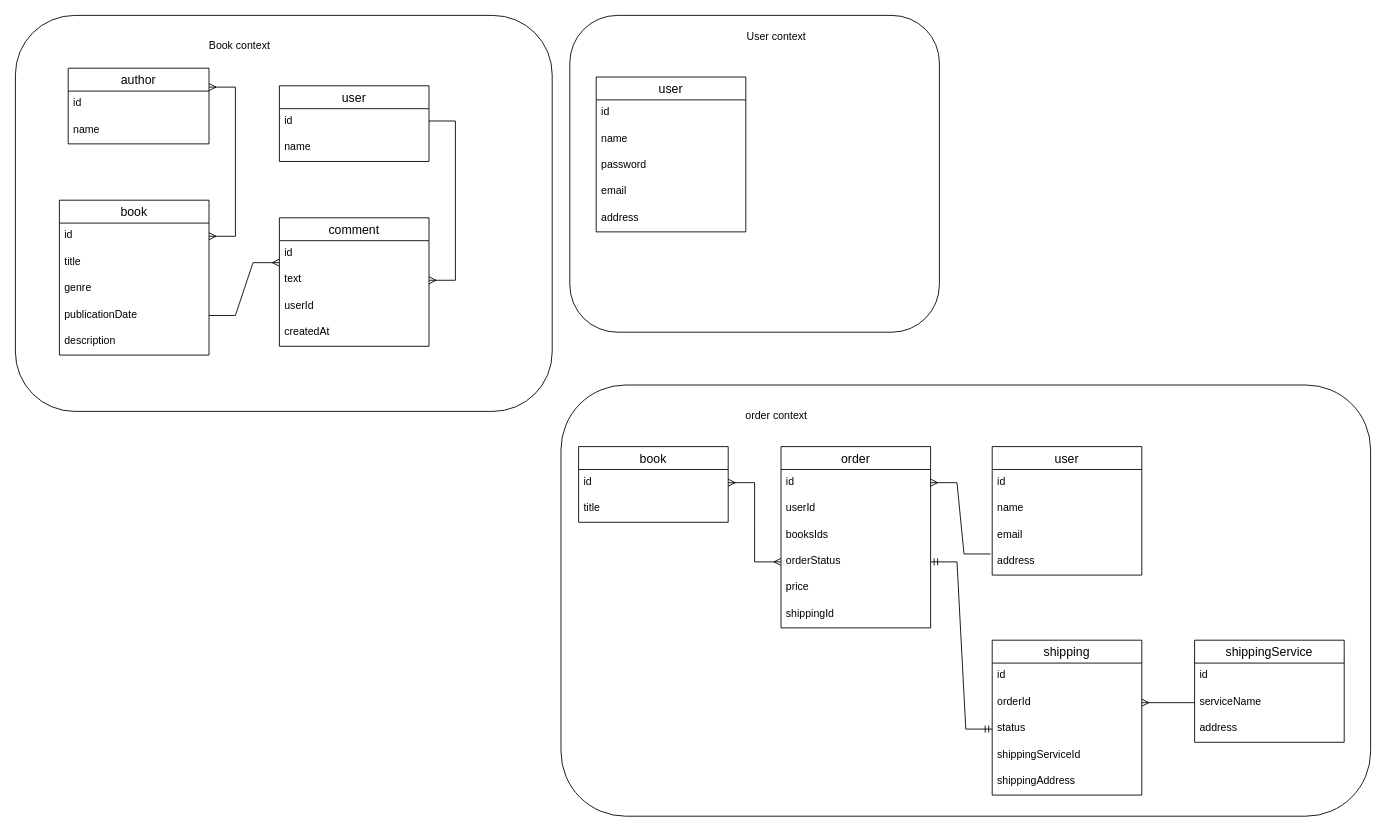
This is hw1/domain-model.drawio from 4thwithme/ms_course, a draw.io file, before an edit. Source tidied: cells renumbered, new cells numbered last; positions are measured from the earlier drawing's top-left corner, leaving out a move shared by most shapes. Both pictures are drawn from the tidied source at 88%, with x=0, y=0 at pixel (15, 15).
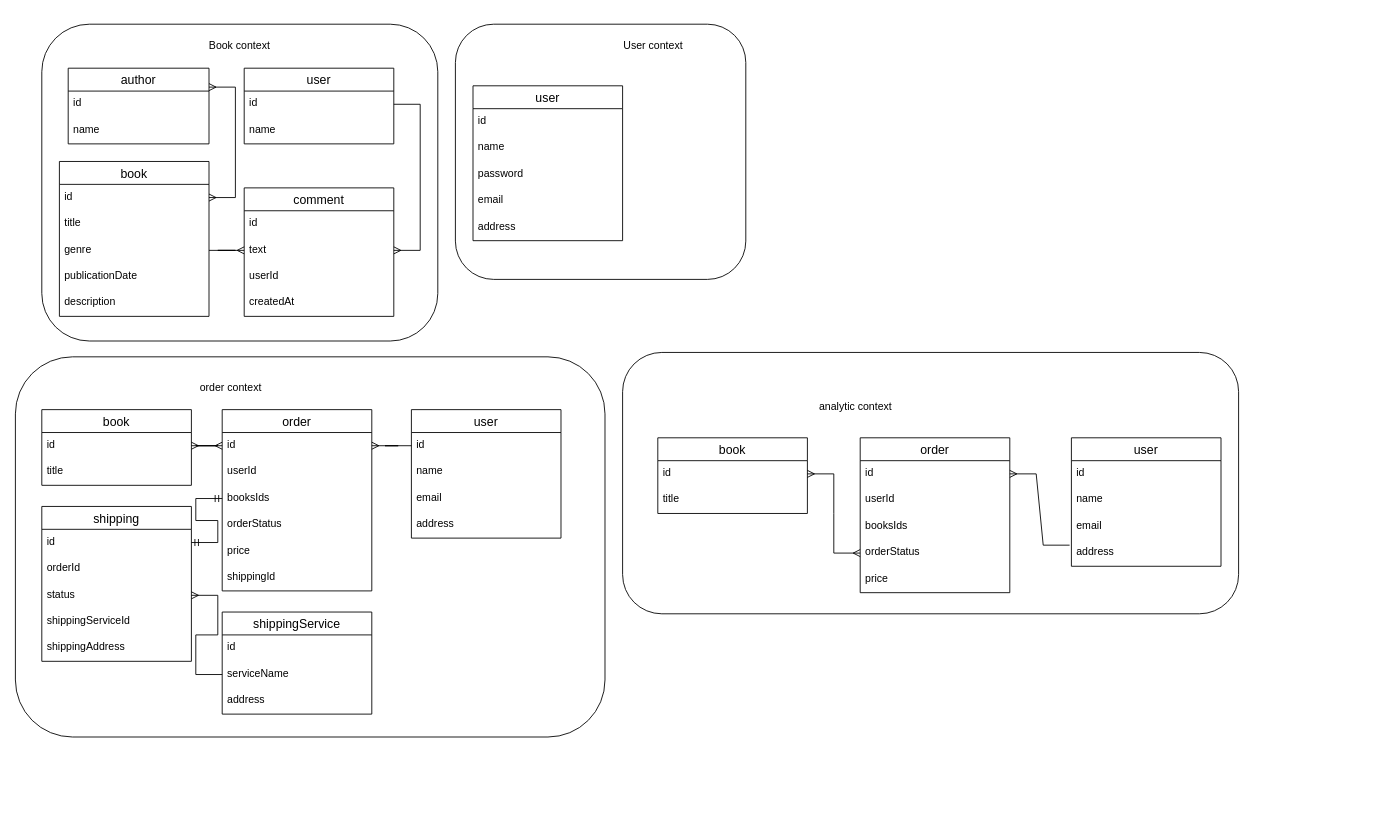
Above is the later version.

The change refers to these unchanged cells:
```xml
<mxCell id="8" value="genre" style="text;strokeColor=none;fillColor=none;spacingLeft=4;spacingRight=4;overflow=hidden;points=[[0,0.5],[1,0.5]];portConstraint=eastwest;fontSize=12;" parent="5" vertex="1">
  <mxGeometry y="86" width="170" height="30" as="geometry" />
</mxCell>
<mxCell id="9" value="publicationDate" style="text;strokeColor=none;fillColor=none;spacingLeft=4;spacingRight=4;overflow=hidden;points=[[0,0.5],[1,0.5]];portConstraint=eastwest;fontSize=12;" parent="5" vertex="1">
  <mxGeometry y="116" width="170" height="30" as="geometry" />
</mxCell>
<mxCell id="14" value="id" style="text;strokeColor=none;fillColor=none;spacingLeft=4;spacingRight=4;overflow=hidden;points=[[0,0.5],[1,0.5]];portConstraint=eastwest;fontSize=12;" parent="13" vertex="1">
  <mxGeometry y="26" width="170" height="30" as="geometry" />
</mxCell>
<mxCell id="17" value="address" style="text;strokeColor=none;fillColor=none;spacingLeft=4;spacingRight=4;overflow=hidden;points=[[0,0.5],[1,0.5]];portConstraint=eastwest;fontSize=12;" parent="13" vertex="1">
  <mxGeometry y="116" width="170" height="30" as="geometry" />
</mxCell>
<mxCell id="19" value="id" style="text;strokeColor=none;fillColor=none;spacingLeft=4;spacingRight=4;overflow=hidden;points=[[0,0.5],[1,0.5]];portConstraint=eastwest;fontSize=12;" parent="18" vertex="1">
  <mxGeometry y="26" width="170" height="30" as="geometry" />
</mxCell>
<mxCell id="21" value="booksIds" style="text;strokeColor=none;fillColor=none;spacingLeft=4;spacingRight=4;overflow=hidden;points=[[0,0.5],[1,0.5]];portConstraint=eastwest;fontSize=12;" parent="18" vertex="1">
  <mxGeometry y="86" width="170" height="30" as="geometry" />
</mxCell>
<mxCell id="22" value="orderStatus" style="text;strokeColor=none;fillColor=none;spacingLeft=4;spacingRight=4;overflow=hidden;points=[[0,0.5],[1,0.5]];portConstraint=eastwest;fontSize=12;" parent="18" vertex="1">
  <mxGeometry y="116" width="170" height="30" as="geometry" />
</mxCell>
<mxCell id="27" value="id" style="text;strokeColor=none;fillColor=none;spacingLeft=4;spacingRight=4;overflow=hidden;points=[[0,0.5],[1,0.5]];portConstraint=eastwest;fontSize=12;" parent="26" vertex="1">
  <mxGeometry y="26" width="170" height="30" as="geometry" />
</mxCell>
<mxCell id="28" value="orderId" style="text;strokeColor=none;fillColor=none;spacingLeft=4;spacingRight=4;overflow=hidden;points=[[0,0.5],[1,0.5]];portConstraint=eastwest;fontSize=12;" parent="26" vertex="1">
  <mxGeometry y="56" width="170" height="30" as="geometry" />
</mxCell>
<mxCell id="29" value="status" style="text;strokeColor=none;fillColor=none;spacingLeft=4;spacingRight=4;overflow=hidden;points=[[0,0.5],[1,0.5]];portConstraint=eastwest;fontSize=12;" parent="26" vertex="1">
  <mxGeometry y="86" width="170" height="30" as="geometry" />
</mxCell>
<mxCell id="35" value="serviceName" style="text;strokeColor=none;fillColor=none;spacingLeft=4;spacingRight=4;overflow=hidden;points=[[0,0.5],[1,0.5]];portConstraint=eastwest;fontSize=12;" parent="33" vertex="1">
  <mxGeometry y="56" width="170" height="30" as="geometry" />
</mxCell>
<mxCell id="43" value="text" style="text;strokeColor=none;fillColor=none;spacingLeft=4;spacingRight=4;overflow=hidden;points=[[0,0.5],[1,0.5]];portConstraint=eastwest;fontSize=12;" parent="41" vertex="1">
  <mxGeometry y="56" width="170" height="30" as="geometry" />
</mxCell>
<mxCell id="47" value="id" style="text;strokeColor=none;fillColor=none;spacingLeft=4;spacingRight=4;overflow=hidden;points=[[0,0.5],[1,0.5]];portConstraint=eastwest;fontSize=12;" parent="46" vertex="1">
  <mxGeometry y="26" width="170" height="30" as="geometry" />
</mxCell>
<mxCell id="57" value="id" style="text;strokeColor=none;fillColor=none;spacingLeft=4;spacingRight=4;overflow=hidden;points=[[0,0.5],[1,0.5]];portConstraint=eastwest;fontSize=12;" parent="56" vertex="1">
  <mxGeometry y="26" width="170" height="30" as="geometry" />
</mxCell>
```

What changed in the source:
```diff
@@
     <mxCell id="5" value="book" style="swimlane;fontStyle=0;horizontal=1;startSize=26;align=center;fontSize=14;" parent="1" vertex="1">
-      <mxGeometry x="50" y="210" width="170" height="176" as="geometry" />
+      <mxGeometry x="50" y="166" width="170" height="176" as="geometry" />
     </mxCell>
@@
-    <mxCell id="12" style="edgeStyle=entityRelationEdgeStyle;fontSize=12;html=1;endArrow=ERmany;rounded=0;exitX=1;exitY=0.5;exitDx=0;exitDy=0;entryX=0;entryY=0.5;entryDx=0;entryDy=0;" parent="1" edge="1" source="9">
-      <mxGeometry relative="1" as="geometry">
-        <mxPoint x="300" y="281" as="targetPoint" />
-      </mxGeometry>
+    <mxCell id="12" style="edgeStyle=entityRelationEdgeStyle;fontSize=12;html=1;endArrow=ERmany;rounded=0;exitX=1;exitY=0.5;exitDx=0;exitDy=0;entryX=0;entryY=0.5;entryDx=0;entryDy=0;" parent="1" edge="1" source="8" target="43">
+      <mxGeometry relative="1" as="geometry" />
     </mxCell>
     <mxCell id="13" value="user" style="swimlane;fontStyle=0;horizontal=1;startSize=26;align=center;fontSize=14;" parent="1" vertex="1">
-      <mxGeometry x="1110" y="490" width="170" height="146" as="geometry" />
+      <mxGeometry x="450" y="448" width="170" height="146" as="geometry" />
     </mxCell>
@@
     <mxCell id="18" value="order" style="swimlane;fontStyle=0;horizontal=1;startSize=26;align=center;fontSize=14;" parent="1" vertex="1">
-      <mxGeometry x="870" y="490" width="170" height="206" as="geometry" />
+      <mxGeometry x="235" y="448" width="170" height="206" as="geometry" />
     </mxCell>
@@
-    <mxCell id="25" style="edgeStyle=entityRelationEdgeStyle;fontSize=12;html=1;endArrow=ERmany;rounded=0;exitX=-0.012;exitY=0.2;exitDx=0;exitDy=0;entryX=1;entryY=0.5;entryDx=0;entryDy=0;exitPerimeter=0;" parent="1" edge="1" source="17" target="19">
+    <mxCell id="25" style="edgeStyle=entityRelationEdgeStyle;fontSize=12;html=1;endArrow=ERmany;rounded=0;entryX=1;entryY=0.5;entryDx=0;entryDy=0;exitX=0;exitY=0.5;exitDx=0;exitDy=0;" parent="1" edge="1" source="14" target="19">
       <mxGeometry relative="1" as="geometry" />
     </mxCell>
     <mxCell id="26" value="shipping" style="swimlane;fontStyle=0;horizontal=1;startSize=26;align=center;fontSize=14;" parent="1" vertex="1">
-      <mxGeometry x="1110" y="710" width="170" height="176" as="geometry" />
+      <mxGeometry x="30" y="558" width="170" height="176" as="geometry" />
     </mxCell>
@@
-    <mxCell id="32" style="edgeStyle=entityRelationEdgeStyle;fontSize=12;html=1;endArrow=ERmandOne;startArrow=ERmandOne;rounded=0;entryX=0;entryY=0.5;entryDx=0;entryDy=0;exitX=1;exitY=0.5;exitDx=0;exitDy=0;" parent="1" edge="1" source="22" target="29">
+    <mxCell id="32" style="edgeStyle=entityRelationEdgeStyle;fontSize=12;html=1;endArrow=ERmandOne;startArrow=ERmandOne;rounded=0;entryX=1;entryY=0.5;entryDx=0;entryDy=0;" parent="1" edge="1" source="21" target="27">
       <mxGeometry relative="1" as="geometry" />
     </mxCell>
     <mxCell id="33" value="shippingService" style="swimlane;fontStyle=0;horizontal=1;startSize=26;align=center;fontSize=14;" parent="1" vertex="1">
-      <mxGeometry x="1340" y="710" width="170" height="116" as="geometry" />
+      <mxGeometry x="235" y="678" width="170" height="116" as="geometry" />
     </mxCell>
@@
-    <mxCell id="37" style="edgeStyle=entityRelationEdgeStyle;fontSize=12;html=1;endArrow=ERmany;rounded=0;entryX=1;entryY=0.5;entryDx=0;entryDy=0;exitX=0;exitY=0.5;exitDx=0;exitDy=0;" parent="1" edge="1" source="35" target="28">
+    <mxCell id="37" style="edgeStyle=entityRelationEdgeStyle;fontSize=12;html=1;endArrow=ERmany;rounded=0;exitX=0;exitY=0.5;exitDx=0;exitDy=0;entryX=1;entryY=0.5;entryDx=0;entryDy=0;" parent="1" edge="1" source="35" target="29">
       <mxGeometry relative="1" as="geometry" />
     </mxCell>
@@
     <mxCell id="39" value="User context" style="text;html=1;strokeColor=none;fillColor=none;align=center;verticalAlign=middle;whiteSpace=wrap;rounded=0;" parent="1" vertex="1">
-      <mxGeometry x="800" y="10" width="130" height="30" as="geometry" />
+      <mxGeometry x="660" y="20" width="130" height="30" as="geometry" />
     </mxCell>
     <mxCell id="40" value="order context" style="text;html=1;strokeColor=none;fillColor=none;align=center;verticalAlign=middle;whiteSpace=wrap;rounded=0;" parent="1" vertex="1">
-      <mxGeometry x="800" y="440" width="130" height="30" as="geometry" />
+      <mxGeometry x="180" y="408" width="130" height="30" as="geometry" />
     </mxCell>
     <mxCell id="41" value="comment" style="swimlane;fontStyle=0;horizontal=1;startSize=26;align=center;fontSize=14;" parent="1" vertex="1">
-      <mxGeometry x="300" y="230" width="170" height="146" as="geometry" />
+      <mxGeometry x="260" y="196" width="170" height="146" as="geometry" />
     </mxCell>
@@
     <mxCell id="46" value="user" style="swimlane;fontStyle=0;horizontal=1;startSize=26;align=center;fontSize=14;" parent="1" vertex="1">
-      <mxGeometry x="300" y="80" width="170" height="86" as="geometry" />
+      <mxGeometry x="260" y="60" width="170" height="86" as="geometry" />
     </mxCell>
@@
-    <mxCell id="49" style="edgeStyle=entityRelationEdgeStyle;fontSize=12;html=1;endArrow=ERmany;rounded=0;entryX=1;entryY=0.5;entryDx=0;entryDy=0;" parent="1" edge="1" target="43">
-      <mxGeometry relative="1" as="geometry">
-        <mxPoint x="470" y="120" as="sourcePoint" />
-      </mxGeometry>
+    <mxCell id="49" style="edgeStyle=entityRelationEdgeStyle;fontSize=12;html=1;endArrow=ERmany;rounded=0;entryX=1;entryY=0.5;entryDx=0;entryDy=0;exitX=1;exitY=0.5;exitDx=0;exitDy=0;" parent="1" edge="1" source="47" target="43">
+      <mxGeometry relative="1" as="geometry" />
     </mxCell>
     <mxCell id="50" value="user" style="swimlane;fontStyle=0;horizontal=1;startSize=26;align=center;fontSize=14;" parent="1" vertex="1">
-      <mxGeometry x="660" y="70" width="170" height="176" as="geometry" />
+      <mxGeometry x="520" y="80" width="170" height="176" as="geometry" />
     </mxCell>
@@
     <mxCell id="56" value="book" style="swimlane;fontStyle=0;horizontal=1;startSize=26;align=center;fontSize=14;" parent="1" vertex="1">
-      <mxGeometry x="640" y="490" width="170" height="86" as="geometry" />
+      <mxGeometry x="30" y="448" width="170" height="86" as="geometry" />
     </mxCell>
@@
-    <mxCell id="59" style="edgeStyle=entityRelationEdgeStyle;fontSize=12;html=1;endArrow=ERmany;startArrow=ERmany;rounded=0;entryX=0;entryY=0.5;entryDx=0;entryDy=0;" parent="1" edge="1" source="57" target="22">
+    <mxCell id="59" style="edgeStyle=entityRelationEdgeStyle;fontSize=12;html=1;endArrow=ERmany;startArrow=ERmany;rounded=0;entryX=0;entryY=0.5;entryDx=0;entryDy=0;" parent="1" edge="1" source="57" target="19">
       <mxGeometry relative="1" as="geometry" />
     </mxCell>
     <mxCell id="60" style="rounded=1;whiteSpace=wrap;html=1;fillColor=none;" parent="1" vertex="1">
-      <mxGeometry width="610" height="450" as="geometry" />
+      <mxGeometry x="500" y="10" width="330" height="290" as="geometry" />
     </mxCell>
     <mxCell id="61" style="rounded=1;whiteSpace=wrap;html=1;fillColor=none;" parent="1" vertex="1">
-      <mxGeometry x="630" width="420" height="360" as="geometry" />
+      <mxGeometry x="30" y="10" width="450" height="360" as="geometry" />
     </mxCell>
     <mxCell id="62" style="rounded=1;whiteSpace=wrap;html=1;fillColor=none;" parent="1" vertex="1">
-      <mxGeometry x="620" y="420" width="920" height="490" as="geometry" />
+      <mxGeometry y="388" width="670" height="432" as="geometry" />
     </mxCell>
+    <mxCell id="63" value="user" style="swimlane;fontStyle=0;horizontal=1;startSize=26;align=center;fontSize=14;" parent="1" vertex="1">
+      <mxGeometry x="1200" y="480" width="170" height="146" as="geometry" />
+    </mxCell>
+    <mxCell id="64" value="id" style="text;strokeColor=none;fillColor=none;spacingLeft=4;spacingRight=4;overflow=hidden;fontSize=12;" parent="63" vertex="1">
+      <mxGeometry y="26" width="170" height="30" as="geometry" />
+    </mxCell>
+    <mxCell id="65" value="name" style="text;strokeColor=none;fillColor=none;spacingLeft=4;spacingRight=4;overflow=hidden;fontSize=12;" parent="63" vertex="1">
+      <mxGeometry y="56" width="170" height="30" as="geometry" />
+    </mxCell>
+    <mxCell id="66" value="email" style="text;strokeColor=none;fillColor=none;spacingLeft=4;spacingRight=4;overflow=hidden;fontSize=12;" parent="63" vertex="1">
+      <mxGeometry y="86" width="170" height="30" as="geometry" />
+    </mxCell>
+    <mxCell id="67" value="address" style="text;strokeColor=none;fillColor=none;spacingLeft=4;spacingRight=4;overflow=hidden;points=[[0,0.5],[1,0.5]];portConstraint=eastwest;fontSize=12;" parent="63" vertex="1">
+      <mxGeometry y="116" width="170" height="30" as="geometry" />
+    </mxCell>
+    <mxCell id="68" value="order" style="swimlane;fontStyle=0;horizontal=1;startSize=26;align=center;fontSize=14;" parent="1" vertex="1">
+      <mxGeometry x="960" y="480" width="170" height="176" as="geometry" />
+    </mxCell>
+    <mxCell id="69" value="id" style="text;strokeColor=none;fillColor=none;spacingLeft=4;spacingRight=4;overflow=hidden;points=[[0,0.5],[1,0.5]];portConstraint=eastwest;fontSize=12;" parent="68" vertex="1">
+      <mxGeometry y="26" width="170" height="30" as="geometry" />
+    </mxCell>
+    <mxCell id="70" value="userId" style="text;strokeColor=none;fillColor=none;spacingLeft=4;spacingRight=4;overflow=hidden;fontSize=12;" parent="68" vertex="1">
+      <mxGeometry y="56" width="170" height="30" as="geometry" />
+    </mxCell>
+    <mxCell id="71" value="booksIds" style="text;strokeColor=none;fillColor=none;spacingLeft=4;spacingRight=4;overflow=hidden;fontSize=12;" parent="68" vertex="1">
+      <mxGeometry y="86" width="170" height="30" as="geometry" />
+    </mxCell>
+    <mxCell id="72" value="orderStatus" style="text;strokeColor=none;fillColor=none;spacingLeft=4;spacingRight=4;overflow=hidden;points=[[0,0.5],[1,0.5]];portConstraint=eastwest;fontSize=12;" parent="68" vertex="1">
+      <mxGeometry y="116" width="170" height="30" as="geometry" />
+    </mxCell>
+    <mxCell id="73" value="price" style="text;strokeColor=none;fillColor=none;spacingLeft=4;spacingRight=4;overflow=hidden;fontSize=12;" parent="68" vertex="1">
+      <mxGeometry y="146" width="170" height="30" as="geometry" />
+    </mxCell>
+    <mxCell id="74" style="edgeStyle=entityRelationEdgeStyle;fontSize=12;html=1;endArrow=ERmany;rounded=0;exitX=-0.012;exitY=0.2;exitDx=0;exitDy=0;entryX=1;entryY=0.5;entryDx=0;entryDy=0;exitPerimeter=0;" parent="1" edge="1" source="67" target="69">
+      <mxGeometry relative="1" as="geometry" />
+    </mxCell>
+    <mxCell id="75" value="analytic context" style="text;html=1;strokeColor=none;fillColor=none;align=center;verticalAlign=middle;whiteSpace=wrap;rounded=0;" parent="1" vertex="1">
+      <mxGeometry x="890" y="430" width="130" height="30" as="geometry" />
+    </mxCell>
+    <mxCell id="76" value="book" style="swimlane;fontStyle=0;horizontal=1;startSize=26;align=center;fontSize=14;" parent="1" vertex="1">
+      <mxGeometry x="730" y="480" width="170" height="86" as="geometry" />
+    </mxCell>
+    <mxCell id="77" value="id" style="text;strokeColor=none;fillColor=none;spacingLeft=4;spacingRight=4;overflow=hidden;points=[[0,0.5],[1,0.5]];portConstraint=eastwest;fontSize=12;" parent="76" vertex="1">
+      <mxGeometry y="26" width="170" height="30" as="geometry" />
+    </mxCell>
+    <mxCell id="78" value="title" style="text;strokeColor=none;fillColor=none;spacingLeft=4;spacingRight=4;overflow=hidden;fontSize=12;" parent="76" vertex="1">
+      <mxGeometry y="56" width="170" height="30" as="geometry" />
+    </mxCell>
+    <mxCell id="79" style="edgeStyle=entityRelationEdgeStyle;fontSize=12;html=1;endArrow=ERmany;startArrow=ERmany;rounded=0;entryX=0;entryY=0.5;entryDx=0;entryDy=0;" parent="1" edge="1" source="77" target="72">
+      <mxGeometry relative="1" as="geometry" />
+    </mxCell>
+    <mxCell id="80" style="rounded=1;whiteSpace=wrap;html=1;fillColor=none;" parent="1" vertex="1">
+      <mxGeometry x="690" y="383" width="700" height="297" as="geometry" />
+    </mxCell>
```
